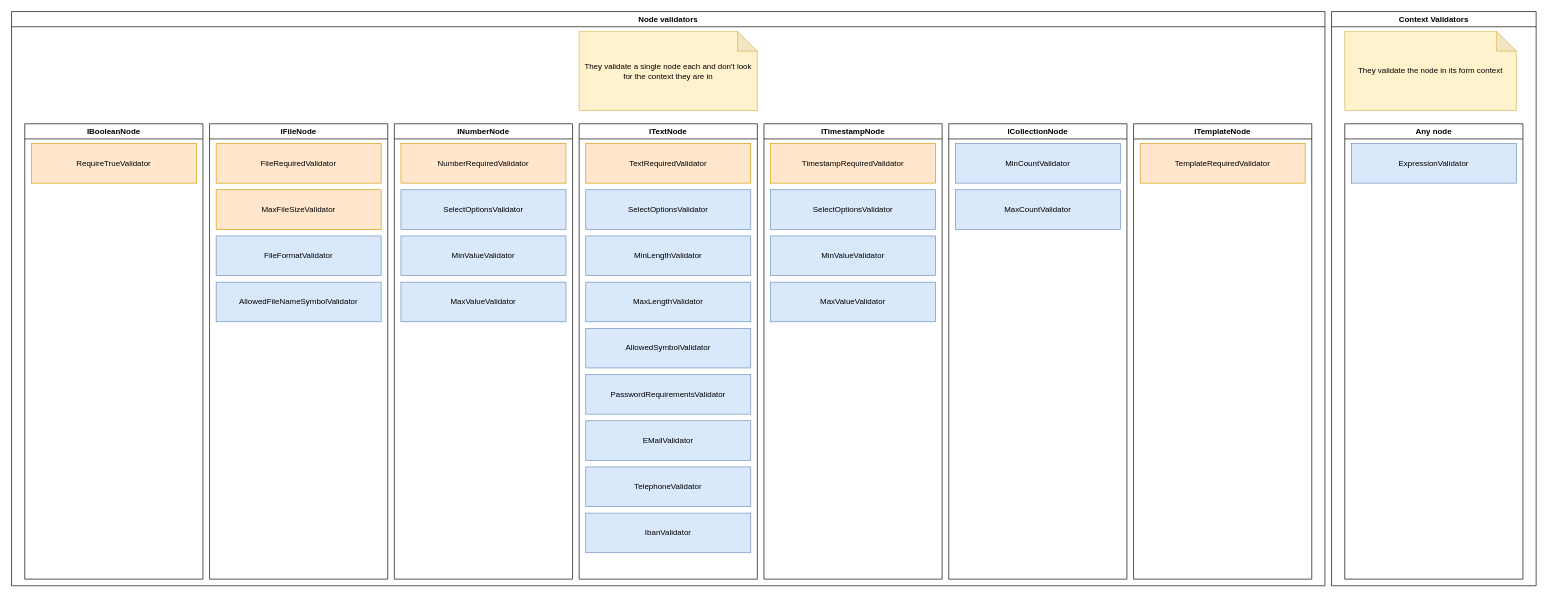
This is doc/forms-concept/validators.drawio from RGXStorm281/common, a draw.io file, before an edit. Source tidied: cells renumbered, new cells numbered last; positions are measured from the earlier drawing's top-left corner, leaving out a move shared by most shapes. Both pictures are drawn from the tidied source at 66%, with x=0, y=0 at pixel (11, 11).
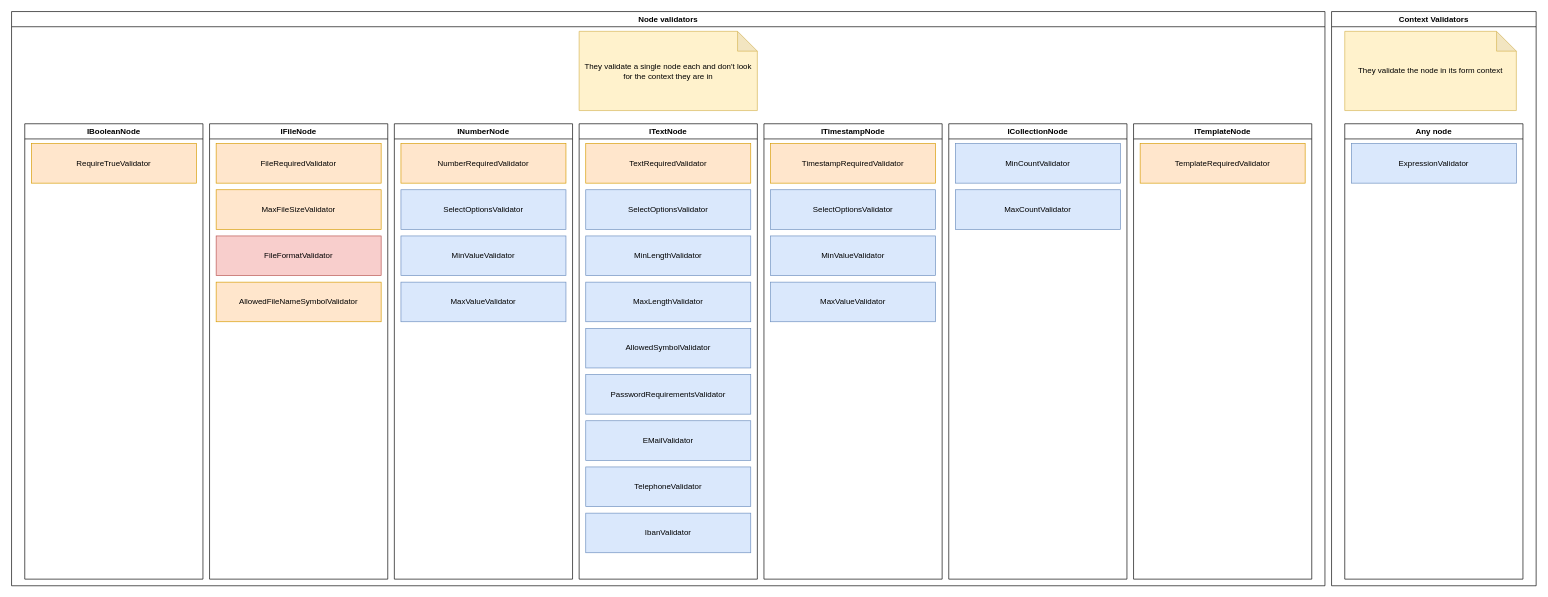
After the change.

Unchanged cells that the change refers to:
```xml
<mxCell id="6" value="IFileNode" style="swimlane;whiteSpace=wrap;html=1;" parent="2" vertex="1">
  <mxGeometry x="300" y="170" width="270" height="690" as="geometry" />
</mxCell>
```

What changed in the source:
```diff
@@
-    <mxCell id="9" value="AllowedFileNameSymbolValidator" style="rounded=0;whiteSpace=wrap;html=1;fillColor=#dae8fc;strokeColor=#6c8ebf;" parent="6" vertex="1">
+    <mxCell id="9" value="AllowedFileNameSymbolValidator" style="rounded=0;whiteSpace=wrap;html=1;fillColor=#ffe6cc;strokeColor=#d79b00;" parent="6" vertex="1">
       <mxGeometry x="10" y="240" width="250" height="60" as="geometry" />
     </mxCell>
-    <mxCell id="10" value="FileFormatValidator" style="rounded=0;whiteSpace=wrap;html=1;fillColor=#dae8fc;strokeColor=#6c8ebf;" parent="6" vertex="1">
+    <mxCell id="10" value="FileFormatValidator" style="rounded=0;whiteSpace=wrap;html=1;fillColor=#f8cecc;strokeColor=#b85450;" parent="6" vertex="1">
       <mxGeometry x="10" y="170" width="250" height="60" as="geometry" />
     </mxCell>
```
